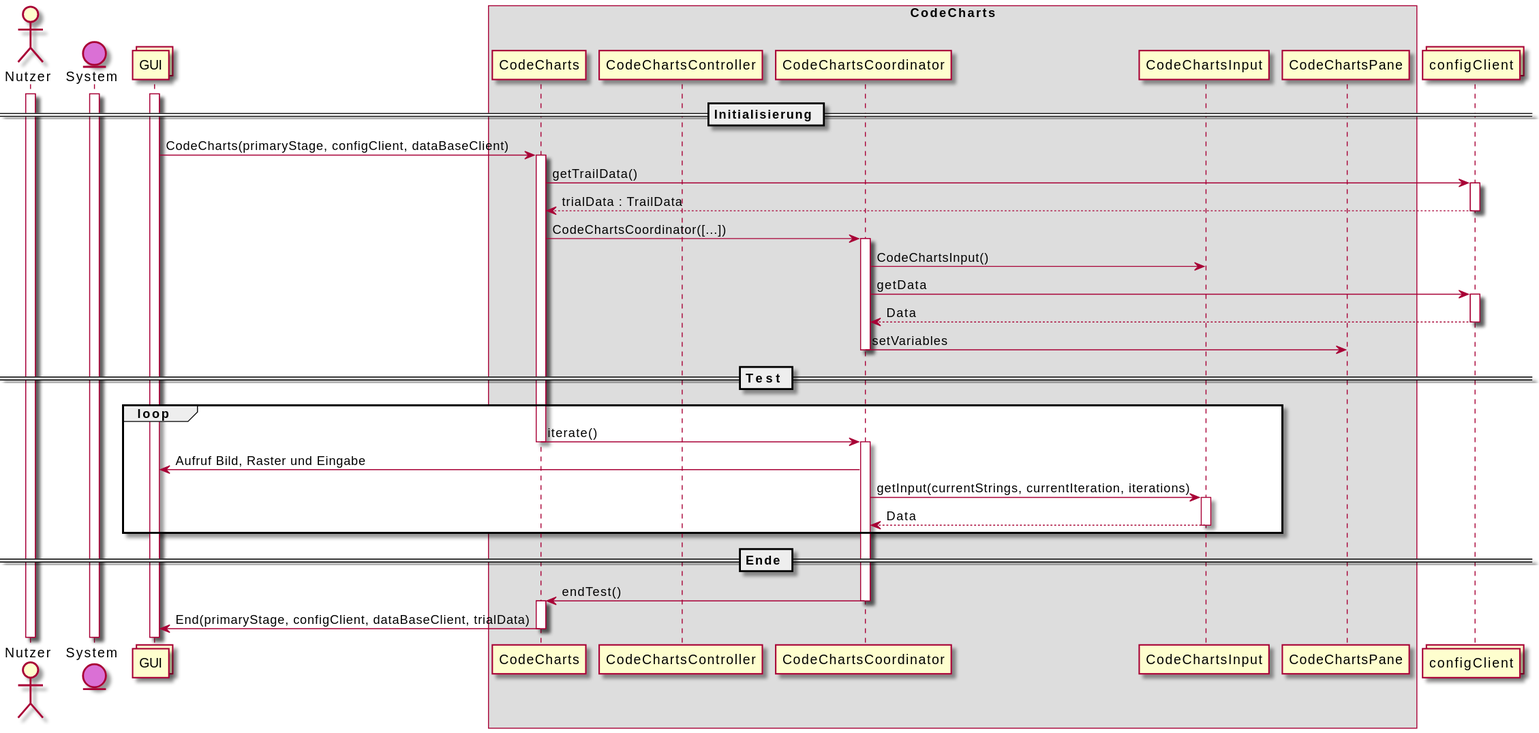
This is uml-sequence/codecharts/sequenz-codecharts.svg from weichware-10/dokumente, a PlantUML export, as it was before one commit.
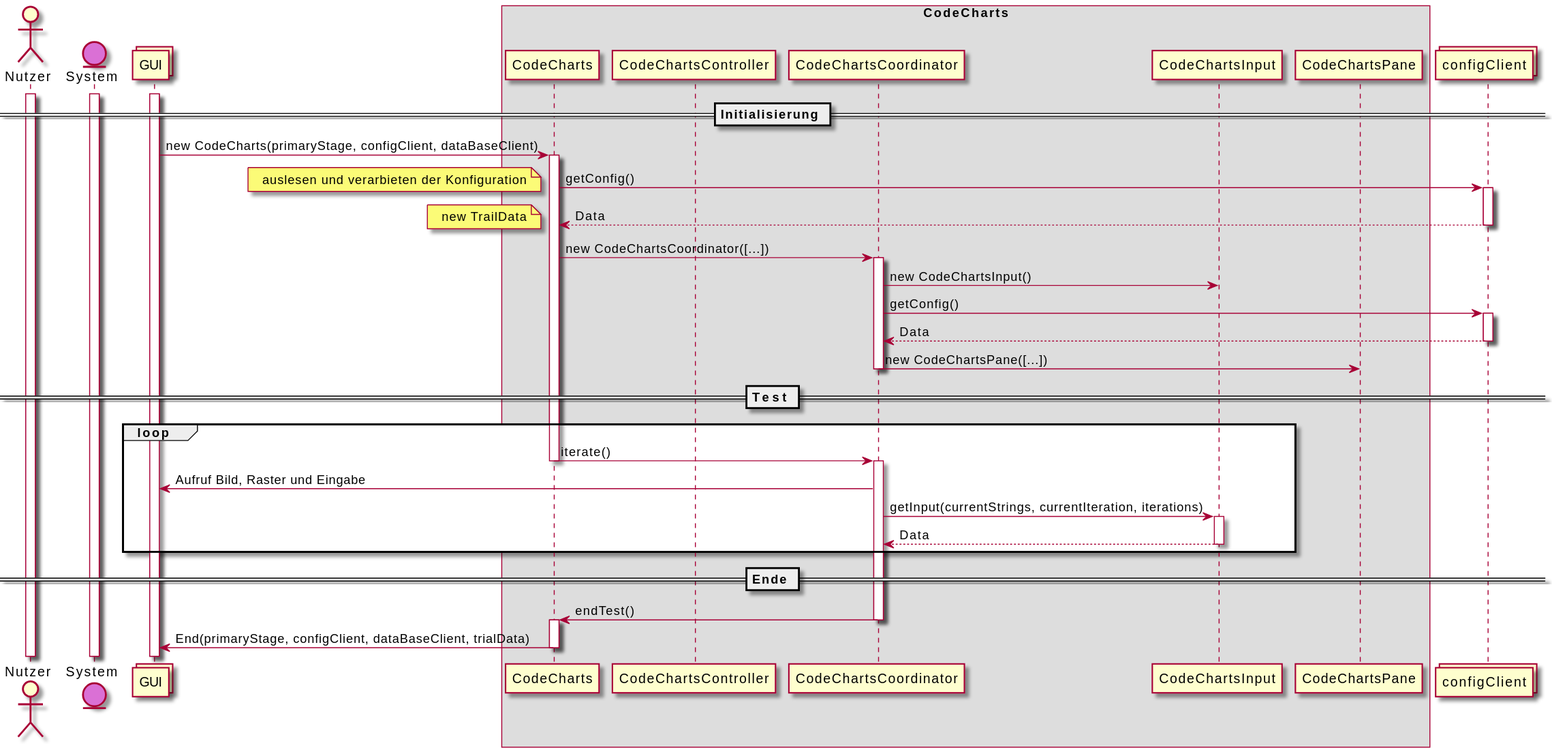
Later version of the same file.

Commit message:
[chore] rendered SVGs

Change to the diagram source:
```diff
@@ -21,20 +21,22 @@
 activate g
 
 == Initialisierung ==
-g -> cc : CodeCharts(primaryStage, configClient, dataBaseClient)
+g -> cc : new CodeCharts(primaryStage, configClient, dataBaseClient)
 activate cc
-cc -> c : getTrailData()
+cc -> c : getConfig()
+note left : auslesen und verarbieten der Konfiguration
 activate c
-c --> cc : trialData : TrailData
+c --> cc : Data
+note left : new TrailData
 deactivate c
-cc -> co : CodeChartsCoordinator([...])
+cc -> co : new CodeChartsCoordinator([...])
 activate co
-co -> ci : CodeChartsInput()
-co -> c : getData
+co -> ci : new CodeChartsInput()
+co -> c : getConfig()
 activate c
 c --> co : Data
 deactivate c
-co -> cp : setVariables
+co -> cp : new CodeChartsPane([...])
 deactivate co
 
 == Test ==
```
